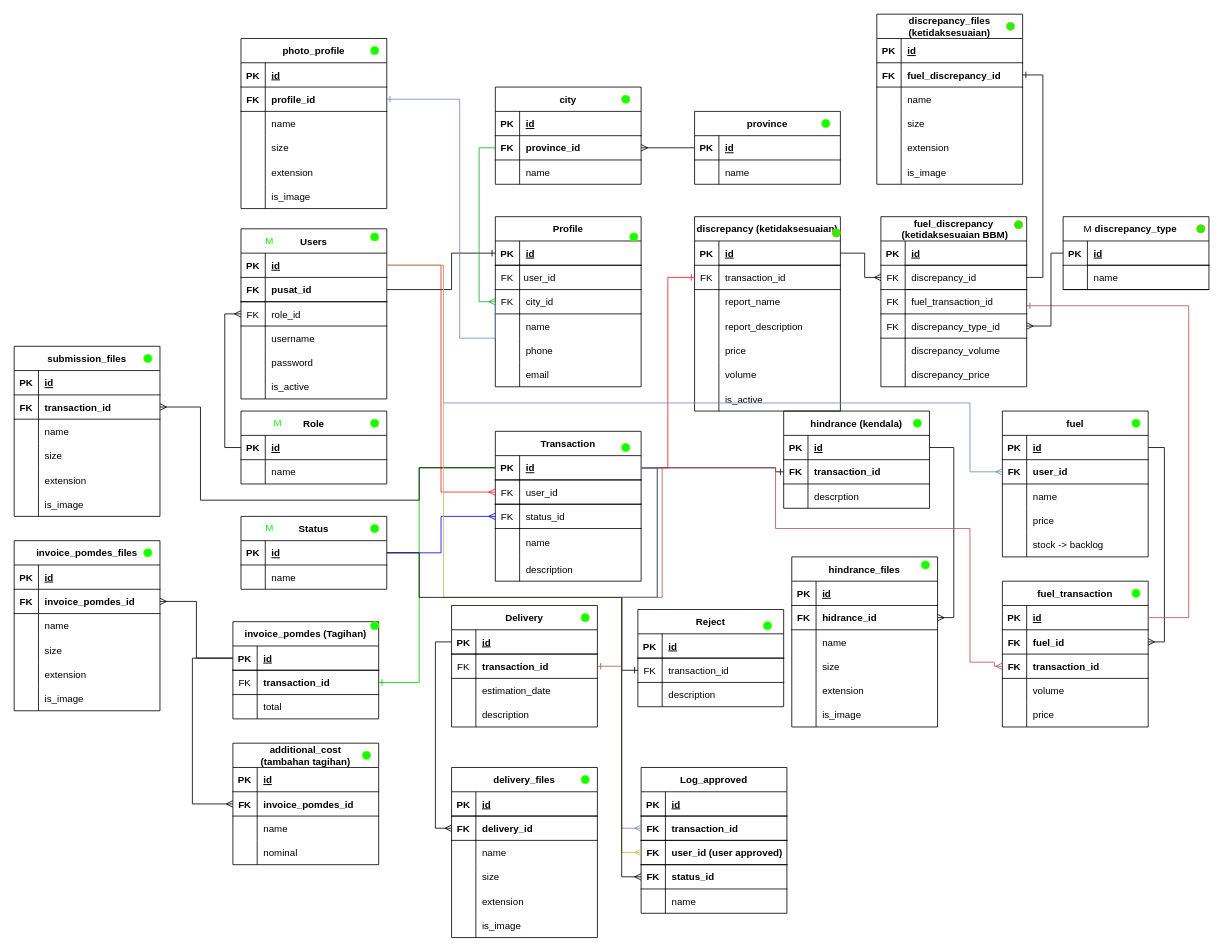
This is PomdesDB.drawio from Faris072/pomdes, a draw.io file, before an edit. Source tidied: cells renumbered, new cells numbered last; positions are measured from the earlier drawing's top-left corner, leaving out a move shared by most shapes. Both pictures are drawn from the tidied source at 81%, with x=0, y=0 at pixel (14, 14).
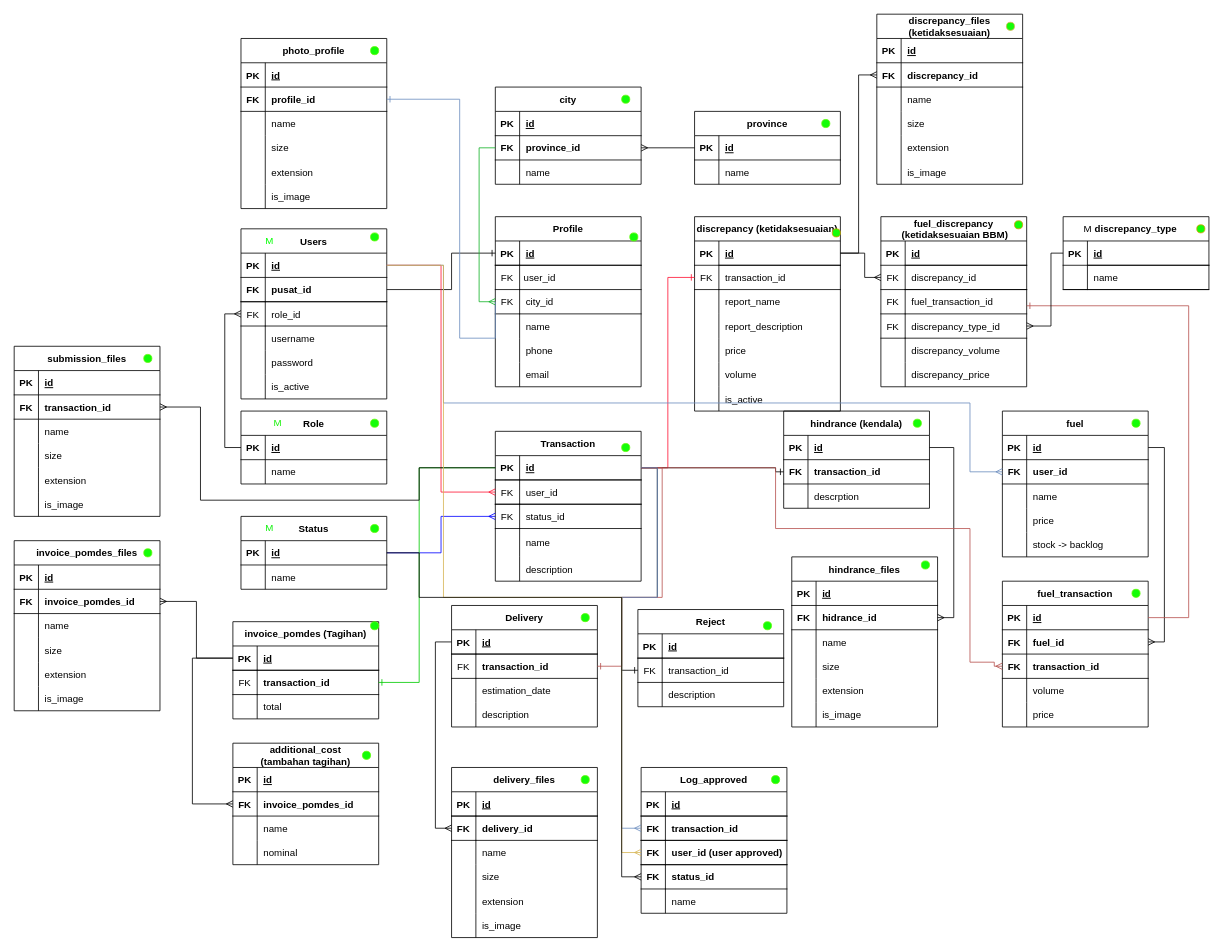
The same diagram, later.

The change refers to these unchanged cells:
```xml
<mxCell id="97" style="shape=tableRow;horizontal=0;startSize=0;swimlaneHead=0;swimlaneBody=0;fillColor=none;points=[[0,0.5],[1,0.5]];portConstraint=eastwest;top=0;left=0;right=0;bottom=1;" parent="96" vertex="1">
  <mxGeometry y="30" width="180" height="30" as="geometry" />
</mxCell>
<mxCell id="170" style="shape=tableRow;horizontal=0;startSize=0;swimlaneHead=0;swimlaneBody=0;fillColor=none;points=[[0,0.5],[1,0.5]];portConstraint=eastwest;top=0;left=0;right=0;bottom=1;" parent="166" vertex="1">
  <mxGeometry y="60" width="180" height="30" as="geometry" />
</mxCell>
<mxCell id="271" style="shape=tableRow;horizontal=0;startSize=0;swimlaneHead=0;swimlaneBody=0;fillColor=none;points=[[0,0.5],[1,0.5]];portConstraint=eastwest;top=0;left=0;right=0;bottom=0;" parent="267" vertex="1">
  <mxGeometry y="60" width="180" height="30" as="geometry" />
</mxCell>
```

Change to the diagram source:
```diff
@@
-    <mxCell id="172" value="fuel_discrepancy_id" style="shape=partialRectangle;fillColor=none;top=0;left=0;bottom=0;right=0;align=left;spacingLeft=6;fontStyle=1;overflow=hidden;" parent="170" vertex="1">
+    <mxCell id="172" value="discrepancy_id" style="shape=partialRectangle;fillColor=none;top=0;left=0;bottom=0;right=0;align=left;spacingLeft=6;fontStyle=1;overflow=hidden;" parent="170" vertex="1">
       <mxGeometry x="30" width="150" height="30" as="geometry" />
     </mxCell>
@@
-    <mxCell id="287" style="edgeStyle=orthogonalEdgeStyle;rounded=0;jettySize=auto;html=1;entryX=1;entryY=0.5;entryDx=0;entryDy=0;endArrow=ERone;endFill=0;exitX=1;exitY=0.5;exitDx=0;exitDy=0;" parent="1" edge="1" source="271" target="170">
-      <mxGeometry relative="1" as="geometry" />
-    </mxCell>
@@
+    <mxCell id="407" style="ellipse;whiteSpace=wrap;html=1;fillColor=#14fd08;strokeColor=#62f90b;" parent="1" vertex="1">
+      <mxGeometry x="935" y="940" width="10" height="10" as="geometry" />
+    </mxCell>
+    <mxCell id="408" style="edgeStyle=orthogonalEdgeStyle;rounded=0;jettySize=auto;html=1;entryX=0;entryY=0.5;entryDx=0;entryDy=0;endArrow=ERmany;endFill=0;" parent="1" edge="1" source="97" target="170">
+      <mxGeometry relative="1" as="geometry" />
+    </mxCell>
```
